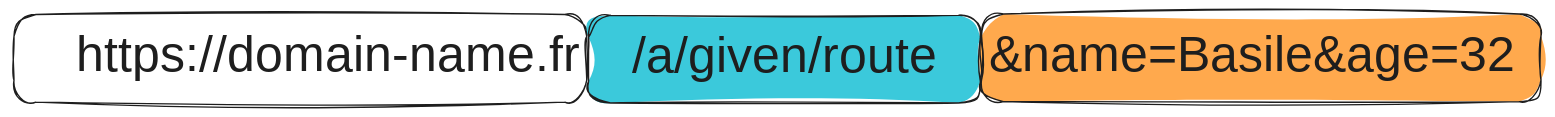
ue22-p25/backend keeps this Excalidraw diagram as notebooks/media/http-get-arguments.excalidraw.svg. Above is the earlier version. Source tidied: one line per element, renumbered; positions are measured from the earlier drawing's top-left corner, leaving out a move shared by most shapes.
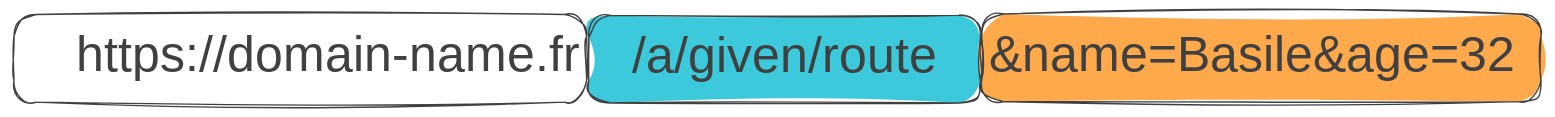
The same diagram one commit later.

The edit, as a diff of the source:
```diff
@@ -1,6 +1,6 @@
-{"id": 0, "type": "rectangle", "strokeColor": "#1e1e1e", "strokeWidth": 1, "roughness": 2, "round": true, "x": 0, "y": 0, "width": 409, "height": 63}
+{"id": 0, "type": "rectangle", "strokeColor": "#404040", "strokeWidth": 1, "roughness": 2, "round": true, "x": 0, "y": 0, "width": 409, "height": 63}
-{"id": 1, "type": "text", "text": "https://domain-name.fr", "strokeColor": "#1e1e1e", "backgroundColor": "#ffffff", "fillStyle": "solid", "strokeWidth": 1, "roughness": 0, "fontSize": 36, "fontFamily": 5, "textAlign": "right", "verticalAlign": "middle", "inside": 0, "x": 73, "y": 9, "width": 331, "height": 45}
+{"id": 1, "type": "text", "text": "https://domain-name.fr", "strokeColor": "#404040", "backgroundColor": "#ffffff", "fillStyle": "solid", "strokeWidth": 1, "roughness": 0, "fontSize": 36, "fontFamily": 5, "textAlign": "right", "verticalAlign": "middle", "inside": 0, "x": 73, "y": 9, "width": 331, "height": 45}
-{"id": 2, "type": "rectangle", "strokeColor": "#1e1e1e", "backgroundColor": "#ffa94d", "fillStyle": "solid", "strokeWidth": 1, "roughness": 2, "round": true, "x": 691, "y": 0, "width": 400, "height": 63}
+{"id": 2, "type": "rectangle", "strokeColor": "#404040", "backgroundColor": "#ffa94d", "fillStyle": "solid", "strokeWidth": 1, "roughness": 2, "round": true, "x": 691, "y": 0, "width": 400, "height": 63}
-{"id": 3, "type": "text", "text": "&name=Basile&age=32", "strokeColor": "#1e1e1e", "backgroundColor": "#ffffff", "fillStyle": "solid", "strokeWidth": 1, "roughness": 0, "fontSize": 36, "fontFamily": 5, "verticalAlign": "middle", "inside": 2, "x": 696, "y": 9, "width": 385, "height": 45}
+{"id": 3, "type": "text", "text": "&name=Basile&age=32", "strokeColor": "#404040", "backgroundColor": "#ffffff", "fillStyle": "solid", "strokeWidth": 1, "roughness": 0, "fontSize": 36, "fontFamily": 5, "verticalAlign": "middle", "inside": 2, "x": 696, "y": 9, "width": 385, "height": 45}
-{"id": 4, "type": "rectangle", "strokeColor": "#1e1e1e", "backgroundColor": "#3bc9db", "fillStyle": "solid", "strokeWidth": 1, "roughness": 2, "round": true, "x": 410, "y": 1, "width": 280, "height": 63}
+{"id": 4, "type": "rectangle", "strokeColor": "#404040", "backgroundColor": "#3bc9db", "fillStyle": "solid", "strokeWidth": 1, "roughness": 2, "round": true, "x": 410, "y": 1, "width": 280, "height": 63}
-{"id": 5, "type": "text", "text": "/a/given/route", "strokeColor": "#1e1e1e", "backgroundColor": "#ffffff", "fillStyle": "solid", "strokeWidth": 1, "roughness": 0, "fontSize": 36, "fontFamily": 5, "textAlign": "center", "verticalAlign": "middle", "inside": 4, "x": 421, "y": 10, "width": 259, "height": 45}
+{"id": 5, "type": "text", "text": "/a/given/route", "strokeColor": "#404040", "backgroundColor": "#ffffff", "fillStyle": "solid", "strokeWidth": 1, "roughness": 0, "fontSize": 36, "fontFamily": 5, "textAlign": "center", "verticalAlign": "middle", "inside": 4, "x": 421, "y": 10, "width": 259, "height": 45}
```
